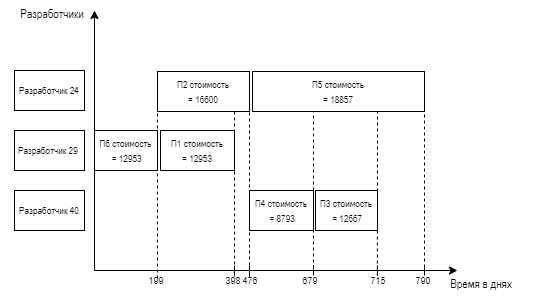
Above: Och/10/img/lab3_4.png in meesery/PAS (draw.io), before the change. Source tidied: cells renumbered, new cells last; positions are measured from the earlier drawing's top-left corner, leaving out a move shared by most shapes.
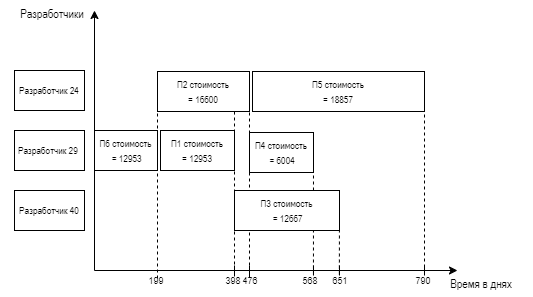
After the commit.

The edit, as a diff of the source:
```diff
@@ -81,17 +81,16 @@
     </mxCell>
     <mxCell id="20" style="endArrow=none;html=1;rounded=0;" parent="1" edge="1">
       <mxGeometry relative="1" as="geometry">
-        <mxPoint x="377" y="275" as="sourcePoint" />
-        <mxPoint x="377" y="265" as="targetPoint" />
+        <mxPoint x="339" y="275" as="sourcePoint" />
+        <mxPoint x="339" y="265" as="targetPoint" />
       </mxGeometry>
     </mxCell>
-    <mxCell id="21" value="&lt;font style=&quot;font-size: 9px;&quot;&gt;715&lt;/font&gt;" style="text;html=1;strokeColor=none;fillColor=none;align=center;verticalAlign=middle;whiteSpace=wrap;rounded=0;" parent="1" vertex="1">
-      <mxGeometry x="363" y="270" width="30" height="20" as="geometry" />
+    <mxCell id="21" value="&lt;font style=&quot;font-size: 9px;&quot;&gt;651&lt;/font&gt;" style="text;html=1;strokeColor=none;fillColor=none;align=center;verticalAlign=middle;whiteSpace=wrap;rounded=0;" parent="1" vertex="1">
+      <mxGeometry x="325" y="270" width="30" height="20" as="geometry" />
     </mxCell>
-    <mxCell id="22" style="endArrow=none;html=1;rounded=0;dashed=1;" parent="1" edge="1">
+    <mxCell id="22" style="endArrow=none;html=1;rounded=0;dashed=1;entryX=1;entryY=0;entryDx=0;entryDy=0;" parent="1" edge="1" target="29">
       <mxGeometry relative="1" as="geometry">
-        <mxPoint x="376.9" y="275" as="sourcePoint" />
-        <mxPoint x="377" y="111" as="targetPoint" />
+        <mxPoint x="338.9" y="274" as="sourcePoint" />
       </mxGeometry>
     </mxCell>
     <mxCell id="23" style="endArrow=none;html=1;rounded=0;" parent="1" edge="1">
@@ -100,17 +99,16 @@
         <mxPoint x="313" y="265" as="targetPoint" />
       </mxGeometry>
     </mxCell>
-    <mxCell id="24" value="&lt;font style=&quot;font-size: 9px;&quot;&gt;679&lt;/font&gt;" style="text;html=1;strokeColor=none;fillColor=none;align=center;verticalAlign=middle;whiteSpace=wrap;rounded=0;" parent="1" vertex="1">
+    <mxCell id="24" value="&lt;font style=&quot;font-size: 9px;&quot;&gt;568&lt;/font&gt;" style="text;html=1;strokeColor=none;fillColor=none;align=center;verticalAlign=middle;whiteSpace=wrap;rounded=0;" parent="1" vertex="1">
       <mxGeometry x="295" y="270" width="30" height="20" as="geometry" />
     </mxCell>
-    <mxCell id="25" style="endArrow=none;html=1;rounded=0;dashed=1;" parent="1" edge="1">
+    <mxCell id="25" style="endArrow=none;html=1;rounded=0;dashed=1;entryX=1;entryY=0;entryDx=0;entryDy=0;" parent="1" edge="1" target="26">
       <mxGeometry relative="1" as="geometry">
         <mxPoint x="312.9" y="274" as="sourcePoint" />
-        <mxPoint x="313" y="111" as="targetPoint" />
       </mxGeometry>
     </mxCell>
-    <mxCell id="26" value="&lt;font face=&quot;Arial Narrow&quot;&gt;&lt;span style=&quot;font-size: 10px;&quot;&gt;П4&amp;nbsp;стоимость&lt;br&gt;&amp;nbsp;= 8793&lt;br&gt;&lt;/span&gt;&lt;/font&gt;" style="rounded=0;whiteSpace=wrap;html=1;fillColor=default;" parent="1" vertex="1">
-      <mxGeometry x="249" y="190" width="64" height="40" as="geometry" />
+    <mxCell id="26" value="&lt;font face=&quot;Arial Narrow&quot;&gt;&lt;span style=&quot;font-size: 10px;&quot;&gt;П4&amp;nbsp;стоимость&lt;br&gt;&amp;nbsp;= 6004&lt;br&gt;&lt;/span&gt;&lt;/font&gt;" style="rounded=0;whiteSpace=wrap;html=1;fillColor=default;" parent="1" vertex="1">
+      <mxGeometry x="249" y="132" width="64" height="40" as="geometry" />
     </mxCell>
     <mxCell id="27" value="&lt;font style=&quot;font-size: 10px;&quot; face=&quot;Arial Narrow&quot;&gt;П1 стоимость&lt;br&gt;= 12953&lt;/font&gt;" style="rounded=0;whiteSpace=wrap;html=1;" parent="1" vertex="1">
       <mxGeometry x="160" y="130" width="74" height="40" as="geometry" />
@@ -122,7 +120,7 @@
       </mxGeometry>
     </mxCell>
     <mxCell id="29" value="&lt;font face=&quot;Arial Narrow&quot;&gt;&lt;span style=&quot;font-size: 10px;&quot;&gt;П3&amp;nbsp;стоимость&lt;br&gt;&amp;nbsp;= 12667&lt;br&gt;&lt;/span&gt;&lt;/font&gt;" style="rounded=0;whiteSpace=wrap;html=1;fillColor=default;" parent="1" vertex="1">
-      <mxGeometry x="315" y="190" width="62" height="40" as="geometry" />
+      <mxGeometry x="234" y="190" width="105" height="40" as="geometry" />
     </mxCell>
     <mxCell id="30" value="&lt;font face=&quot;Arial Narrow&quot;&gt;Разработчики&lt;/font&gt;" style="text;html=1;strokeColor=none;fillColor=none;align=center;verticalAlign=middle;whiteSpace=wrap;rounded=0;" parent="1" vertex="1">
       <mxGeometry width="104" height="27" as="geometry" />
```
